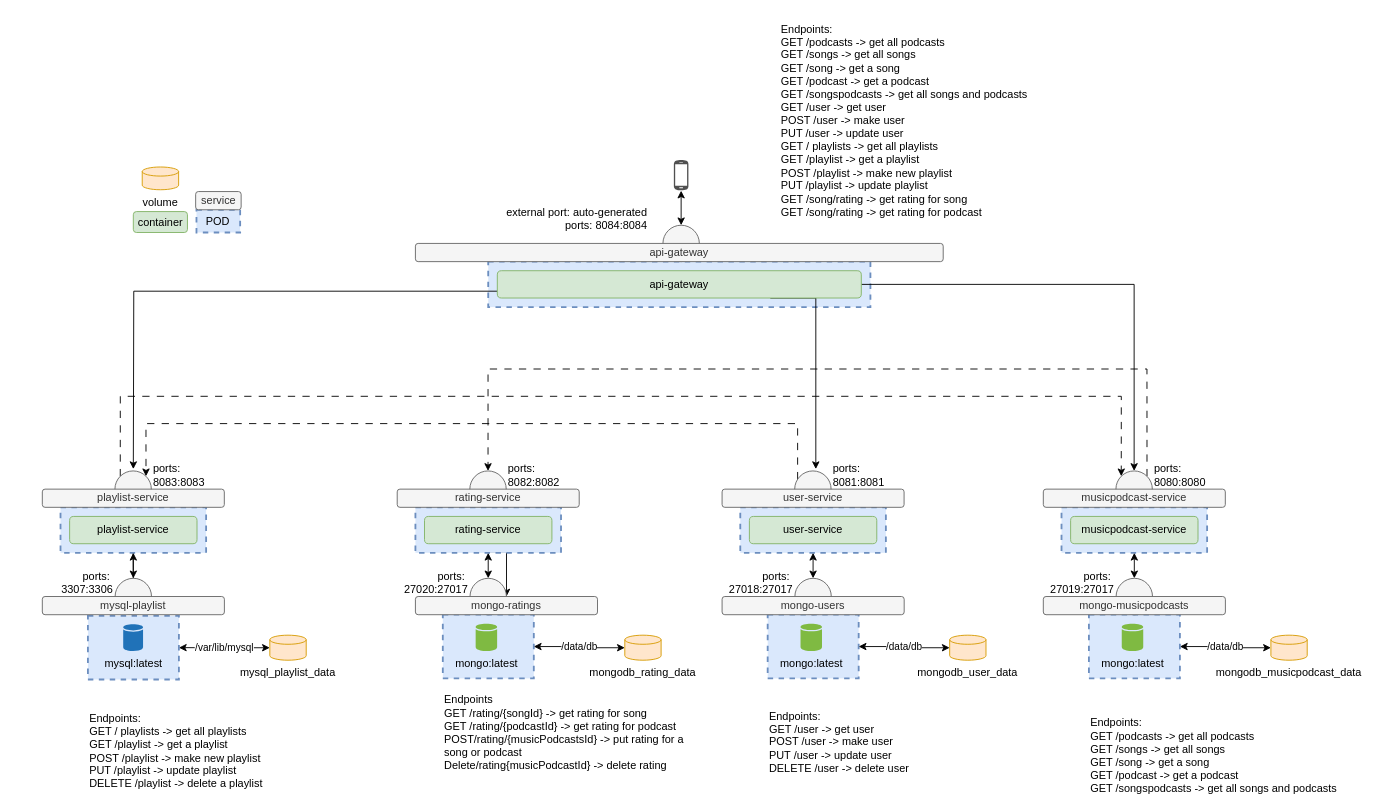
EvaBurghoorn/ProjectEDE_muziekservice keeps this draw.io diagram as muziekservice.drawio. Above is the earlier version. Source tidied: cells renumbered, new cells numbered last; positions are measured from the earlier drawing's top-left corner, leaving out a move shared by most shapes. Both pictures are drawn from the tidied source at 91%, with x=0, y=0 at pixel (15, 15).
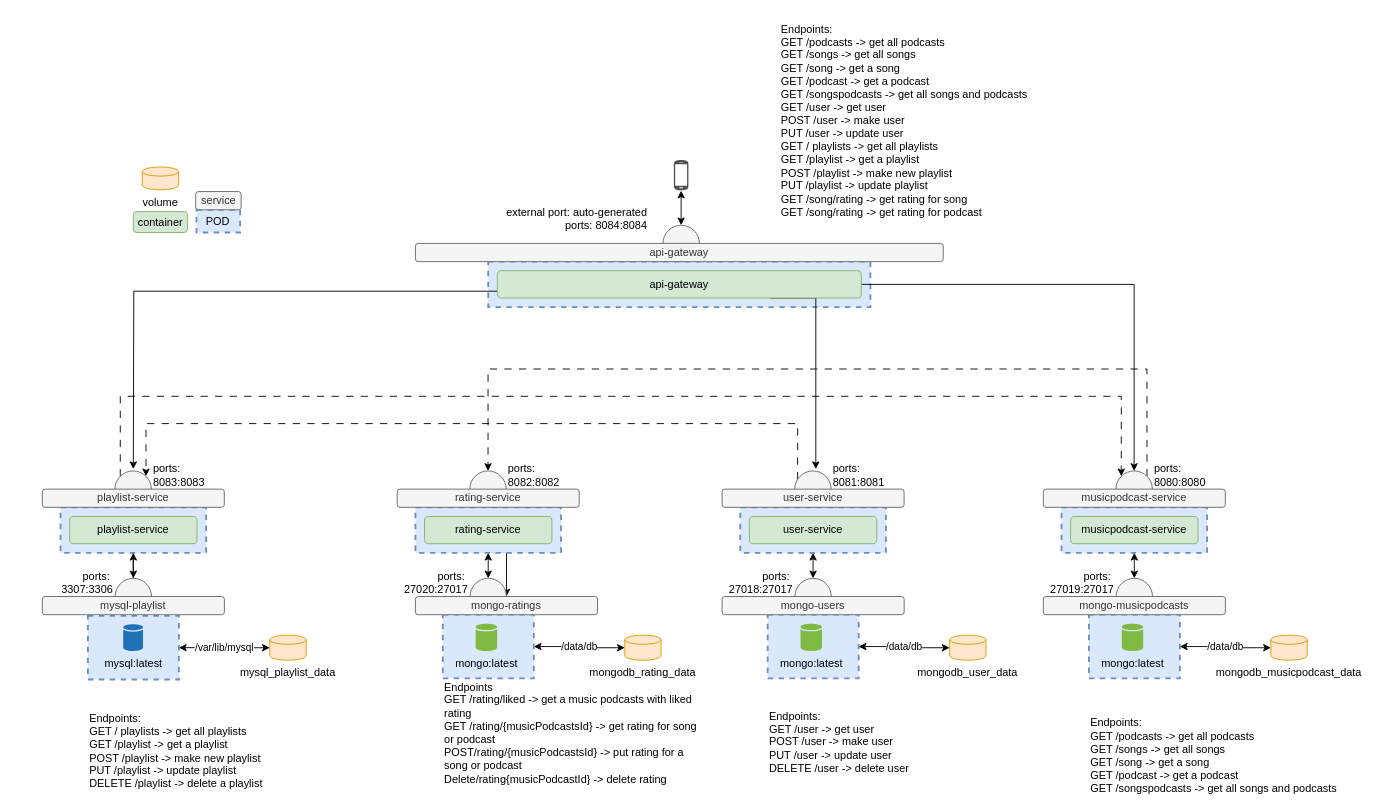
The same page after the edit.

Diff of the diagram source:
```diff
@@
-    <mxCell id="76" value="Endpoints&lt;br&gt;GET /rating/{songId} -&amp;gt; get rating for song&lt;br&gt;GET /rating/{podcastId} -&amp;gt; get rating for podcast&lt;br&gt;POST/rating/{musicPodcastsId} -&amp;gt; put rating for a song or podcast&lt;br&gt;Delete/rating{musicPodcastId} -&amp;gt; delete rating" style="text;html=1;strokeColor=none;fillColor=none;align=left;verticalAlign=middle;whiteSpace=wrap;rounded=0;" parent="1" vertex="1">
+    <mxCell id="76" value="Endpoints&lt;br&gt;GET /rating/liked -&amp;gt; get a music podcasts with liked rating&lt;br&gt;GET /rating/{musicPodcastsId} -&amp;gt; get rating for song or podcast&lt;br&gt;POST/rating/{musicPodcastsId} -&amp;gt; put rating for a song or podcast&lt;br&gt;Delete/rating{musicPodcastId} -&amp;gt; delete rating" style="text;html=1;strokeColor=none;fillColor=none;align=left;verticalAlign=middle;whiteSpace=wrap;rounded=0;" parent="1" vertex="1">
       <mxGeometry x="469.1" y="768" width="290" height="40" as="geometry" />
     </mxCell>
```
